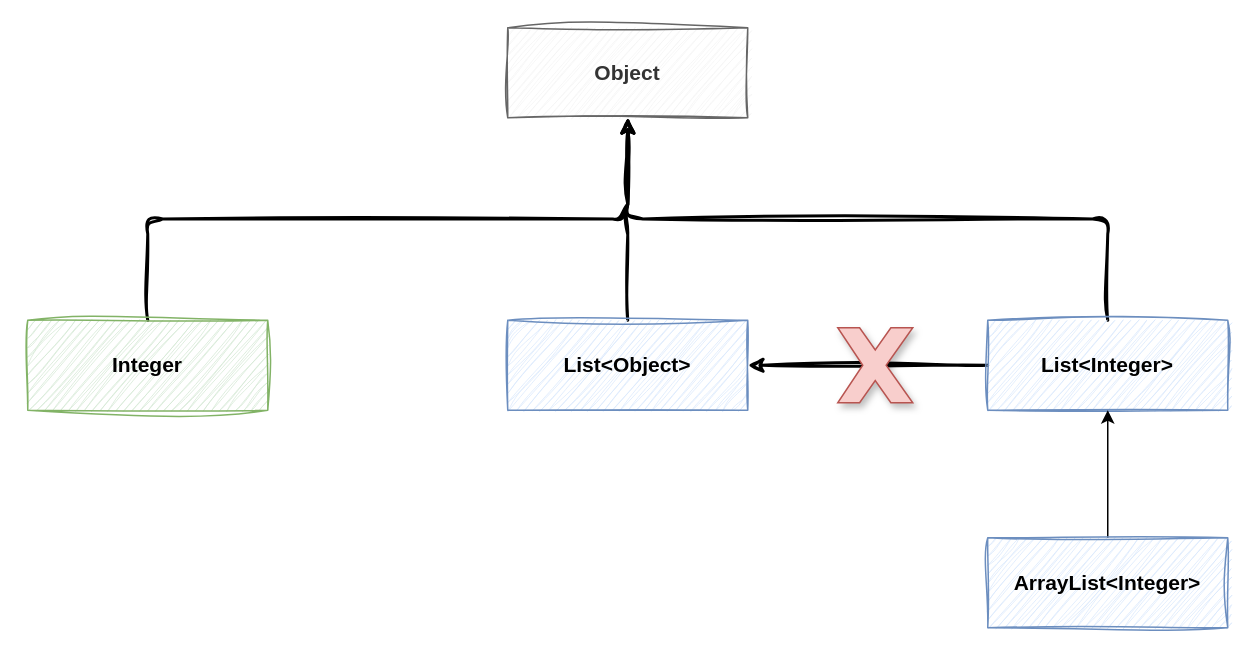
This is page "泛型继承" (2 of 3) of assets/Java/JavaCore/Java基础.drawio from dunwu/waterdrop, a draw.io file, before an edit. Source tidied: cells renumbered, new cells numbered last; positions are measured from the earlier drawing's top-left corner, leaving out a move shared by most shapes. Both pictures are drawn from the tidied source at 150%, with x=0, y=0 at pixel (27, 27).
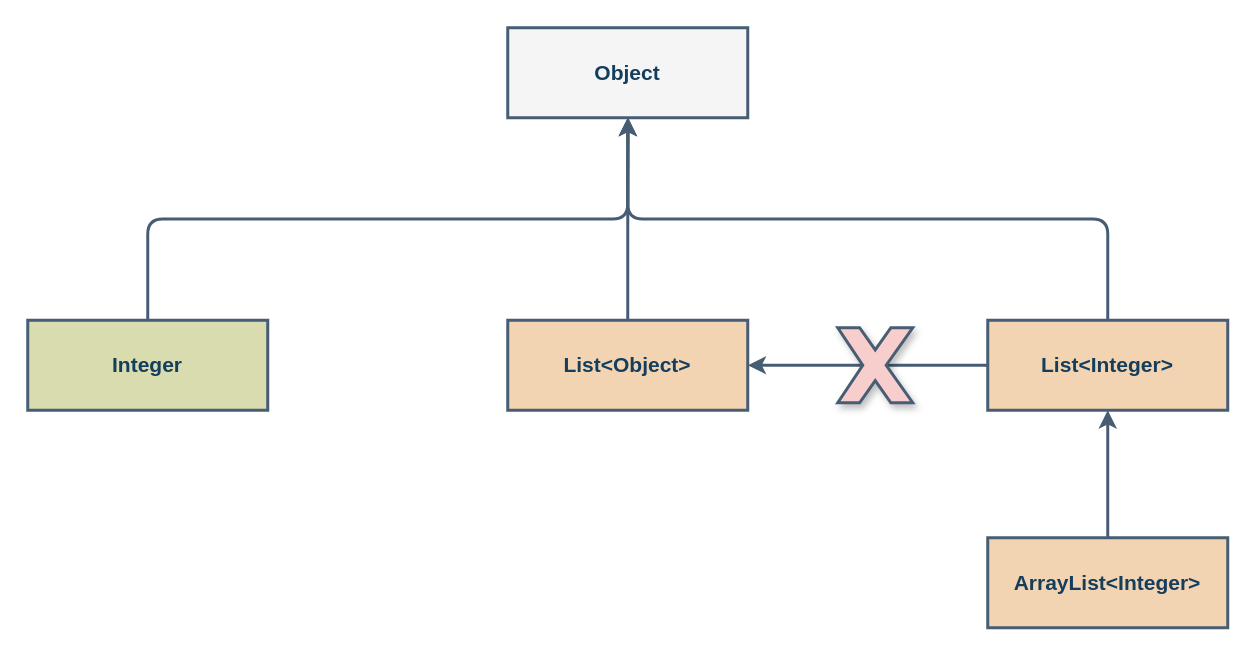
Above is the later version.

The edit, as a diff of the source:
```diff
@@
 <mxGraphModel>
   <root>
     <mxCell id="0" />
     <mxCell id="1" parent="0" />
-    <mxCell id="2" value="Object" style="rounded=0;whiteSpace=wrap;html=1;sketch=1;jiggle=2;curveFitting=1;strokeColor=#666666;align=center;verticalAlign=middle;fontFamily=Helvetica;fontSize=14;fillColor=#f5f5f5;fontColor=#333333;fontStyle=1;" parent="1" vertex="1">
+    <mxCell id="2" value="Object" style="rounded=0;whiteSpace=wrap;html=1;strokeColor=#475D74;align=center;verticalAlign=middle;fontFamily=Helvetica;fontSize=14;fillColor=#f5f5f5;fontColor=#153E5D;fontStyle=1;strokeWidth=2;" parent="1" vertex="1">
       <mxGeometry x="320" width="160" height="60" as="geometry" />
     </mxCell>
-    <mxCell id="3" style="edgeStyle=orthogonalEdgeStyle;rounded=1;jettySize=auto;html=1;exitX=0.5;exitY=0;exitDx=0;exitDy=0;fontFamily=Helvetica;fontSize=14;fontColor=default;strokeWidth=2;sketch=1;curveFitting=1;jiggle=2;fontStyle=1;" parent="1" edge="1" source="4">
+    <mxCell id="3" style="edgeStyle=orthogonalEdgeStyle;rounded=1;jettySize=auto;html=1;exitX=0.5;exitY=0;exitDx=0;exitDy=0;fontFamily=Helvetica;fontSize=14;fontColor=#153E5D;strokeWidth=2;fontStyle=1;strokeColor=#475D74;" parent="1" edge="1" source="4">
       <mxGeometry relative="1" as="geometry">
         <mxPoint x="400.3" y="60" as="targetPoint" />
       </mxGeometry>
     </mxCell>
-    <mxCell id="4" value="List&amp;lt;Object&amp;gt;" style="rounded=0;whiteSpace=wrap;html=1;sketch=1;jiggle=2;curveFitting=1;strokeColor=#6c8ebf;align=center;verticalAlign=middle;fontFamily=Helvetica;fontSize=14;fillColor=#dae8fc;fontStyle=1;" parent="1" vertex="1">
+    <mxCell id="4" value="List&amp;lt;Object&amp;gt;" style="rounded=0;whiteSpace=wrap;html=1;strokeColor=#475D74;align=center;verticalAlign=middle;fontFamily=Helvetica;fontSize=14;fillColor=#F3D4B2;fontStyle=1;fontColor=#153E5D;strokeWidth=2;" parent="1" vertex="1">
       <mxGeometry x="320" y="195" width="160" height="60" as="geometry" />
     </mxCell>
-    <mxCell id="5" style="edgeStyle=orthogonalEdgeStyle;rounded=1;jettySize=auto;html=1;exitX=0.5;exitY=0;exitDx=0;exitDy=0;fontFamily=Helvetica;fontSize=14;fontColor=default;sketch=1;curveFitting=1;jiggle=2;strokeWidth=2;fontStyle=1;" parent="1" edge="1" source="7" target="2">
+    <mxCell id="5" style="edgeStyle=orthogonalEdgeStyle;rounded=1;jettySize=auto;html=1;exitX=0.5;exitY=0;exitDx=0;exitDy=0;fontFamily=Helvetica;fontSize=14;fontColor=#153E5D;strokeWidth=2;fontStyle=1;strokeColor=#475D74;" parent="1" edge="1" source="7" target="2">
       <mxGeometry relative="1" as="geometry" />
     </mxCell>
-    <mxCell id="6" style="edgeStyle=orthogonalEdgeStyle;rounded=1;jettySize=auto;html=1;exitX=0;exitY=0.5;exitDx=0;exitDy=0;entryX=1;entryY=0.5;entryDx=0;entryDy=0;fontFamily=Helvetica;fontSize=14;fontColor=default;strokeWidth=2;sketch=1;curveFitting=1;jiggle=2;fontStyle=1;" parent="1" edge="1" source="7" target="4">
+    <mxCell id="6" style="edgeStyle=orthogonalEdgeStyle;rounded=1;jettySize=auto;html=1;exitX=0;exitY=0.5;exitDx=0;exitDy=0;entryX=1;entryY=0.5;entryDx=0;entryDy=0;fontFamily=Helvetica;fontSize=14;fontColor=#153E5D;strokeWidth=2;fontStyle=1;strokeColor=#475D74;" parent="1" edge="1" source="7" target="4">
       <mxGeometry relative="1" as="geometry" />
     </mxCell>
-    <mxCell id="7" value="List&amp;lt;Integer&amp;gt;" style="rounded=0;whiteSpace=wrap;html=1;sketch=1;jiggle=2;curveFitting=1;strokeColor=#6c8ebf;align=center;verticalAlign=middle;fontFamily=Helvetica;fontSize=14;fillColor=#dae8fc;fontStyle=1;" parent="1" vertex="1">
+    <mxCell id="7" value="List&amp;lt;Integer&amp;gt;" style="rounded=0;whiteSpace=wrap;html=1;strokeColor=#475D74;align=center;verticalAlign=middle;fontFamily=Helvetica;fontSize=14;fillColor=#F3D4B2;fontStyle=1;fontColor=#153E5D;strokeWidth=2;" parent="1" vertex="1">
       <mxGeometry x="640" y="195" width="160" height="60" as="geometry" />
     </mxCell>
-    <mxCell id="8" style="edgeStyle=orthogonalEdgeStyle;rounded=1;jettySize=auto;html=1;exitX=0.5;exitY=0;exitDx=0;exitDy=0;entryX=0.5;entryY=1;entryDx=0;entryDy=0;fontFamily=Helvetica;fontSize=14;fontColor=default;strokeWidth=2;sketch=1;curveFitting=1;jiggle=2;fontStyle=1;" parent="1" edge="1" source="9" target="2">
+    <mxCell id="8" style="edgeStyle=orthogonalEdgeStyle;rounded=1;jettySize=auto;html=1;exitX=0.5;exitY=0;exitDx=0;exitDy=0;entryX=0.5;entryY=1;entryDx=0;entryDy=0;fontFamily=Helvetica;fontSize=14;fontColor=#153E5D;strokeWidth=2;fontStyle=1;strokeColor=#475D74;" parent="1" edge="1" source="9" target="2">
       <mxGeometry relative="1" as="geometry" />
     </mxCell>
-    <mxCell id="9" value="Integer" style="rounded=0;whiteSpace=wrap;html=1;sketch=1;jiggle=2;curveFitting=1;strokeColor=#82b366;align=center;verticalAlign=middle;fontFamily=Helvetica;fontSize=14;fillColor=#d5e8d4;fontStyle=1;" parent="1" vertex="1">
+    <mxCell id="9" value="Integer" style="rounded=0;whiteSpace=wrap;html=1;strokeColor=#475D74;align=center;verticalAlign=middle;fontFamily=Helvetica;fontSize=14;fillColor=#D8DCAF;fontStyle=1;fontColor=#153E5D;strokeWidth=2;" parent="1" vertex="1">
       <mxGeometry y="195" width="160" height="60" as="geometry" />
     </mxCell>
-    <mxCell id="10" style="edgeStyle=orthogonalEdgeStyle;rounded=0;jettySize=auto;html=1;fontFamily=Helvetica;fontSize=14;fontColor=default;fontStyle=1;" parent="1" edge="1" source="11" target="7">
+    <mxCell id="10" style="edgeStyle=orthogonalEdgeStyle;rounded=0;jettySize=auto;html=1;fontFamily=Helvetica;fontSize=14;fontColor=#153E5D;fontStyle=1;strokeColor=#475D74;strokeWidth=2;" parent="1" edge="1" source="11" target="7">
       <mxGeometry relative="1" as="geometry" />
     </mxCell>
-    <mxCell id="11" value="ArrayList&amp;lt;Integer&amp;gt;" style="rounded=0;whiteSpace=wrap;html=1;sketch=1;jiggle=2;curveFitting=1;strokeColor=#6c8ebf;align=center;verticalAlign=middle;fontFamily=Helvetica;fontSize=14;fillColor=#dae8fc;fontStyle=1;" parent="1" vertex="1">
+    <mxCell id="11" value="ArrayList&amp;lt;Integer&amp;gt;" style="rounded=0;whiteSpace=wrap;html=1;strokeColor=#475D74;align=center;verticalAlign=middle;fontFamily=Helvetica;fontSize=14;fillColor=#F3D4B2;fontStyle=1;fontColor=#153E5D;strokeWidth=2;" parent="1" vertex="1">
       <mxGeometry x="640" y="340" width="160" height="60" as="geometry" />
     </mxCell>
-    <mxCell id="12" style="verticalLabelPosition=bottom;verticalAlign=top;html=1;shape=mxgraph.basic.x;rounded=1;strokeColor=#b85450;align=center;fontFamily=Helvetica;fontSize=14;fillColor=#f8cecc;shadow=1;fontStyle=1;" parent="1" vertex="1">
+    <mxCell id="12" style="verticalLabelPosition=bottom;verticalAlign=top;html=1;shape=mxgraph.basic.x;rounded=1;strokeColor=#475D74;align=center;fontFamily=Helvetica;fontSize=14;fillColor=#f8cecc;shadow=1;fontStyle=1;fontColor=#153E5D;strokeWidth=2;" parent="1" vertex="1">
       <mxGeometry x="540" y="200" width="50" height="50" as="geometry" />
     </mxCell>
   </root>
 </mxGraphModel>
```
